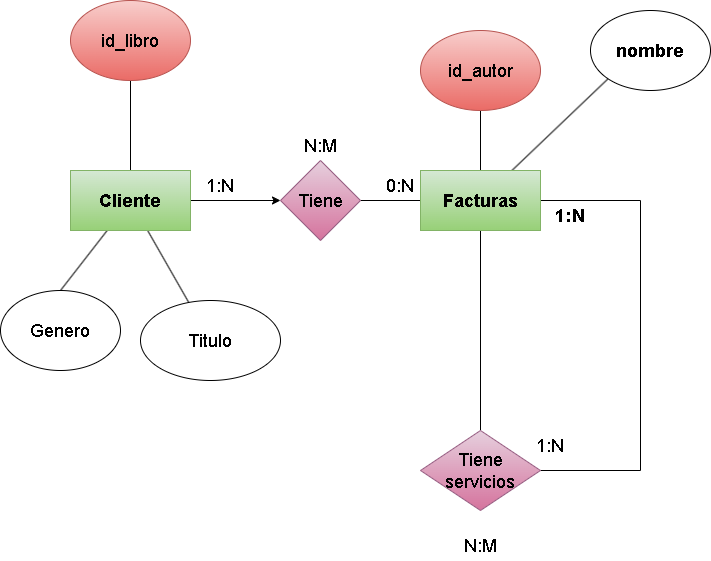
Darkoscurito/Base-de-datos keeps this draw.io diagram as Normalizacion/img/Ejercicio08.drawio.png. Above is the earlier version. Source tidied: cells renumbered, new cells last; positions are measured from the earlier drawing's top-left corner, leaving out a move shared by most shapes. Source of this version:
```xml
<mxGraphModel>
  <root>
    <mxCell id="0" />
    <mxCell id="1" parent="0" />
    <mxCell id="2" style="edgeStyle=none;html=1;entryX=0.5;entryY=0;entryDx=0;entryDy=0;fontSize=18;endArrow=none;endFill=0;" parent="1" edge="1" source="6" target="7">
      <mxGeometry relative="1" as="geometry" />
    </mxCell>
    <mxCell id="3" style="edgeStyle=none;html=1;fontSize=18;endArrow=classic;endFill=1;" parent="1" edge="1" source="6" target="9">
      <mxGeometry relative="1" as="geometry" />
    </mxCell>
    <mxCell id="4" style="edgeStyle=none;html=1;fontSize=18;endArrow=none;endFill=0;" parent="1" edge="1" source="6" target="15">
      <mxGeometry relative="1" as="geometry" />
    </mxCell>
    <mxCell id="5" style="edgeStyle=none;html=1;fontSize=18;endArrow=none;endFill=0;" parent="1" edge="1" source="6" target="16">
      <mxGeometry relative="1" as="geometry" />
    </mxCell>
    <mxCell id="6" value="&lt;b&gt;&lt;font style=&quot;font-size: 18px;&quot;&gt;Cliente&lt;/font&gt;&lt;/b&gt;" style="rounded=0;whiteSpace=wrap;html=1;fillColor=#d5e8d4;gradientColor=#97d077;strokeColor=#82b366;" parent="1" vertex="1">
      <mxGeometry x="70" y="170" width="120" height="60" as="geometry" />
    </mxCell>
    <mxCell id="7" value="Genero" style="ellipse;whiteSpace=wrap;html=1;fontSize=18;" parent="1" vertex="1">
      <mxGeometry y="290" width="120" height="80" as="geometry" />
    </mxCell>
    <mxCell id="8" style="edgeStyle=none;html=1;entryX=0;entryY=0.5;entryDx=0;entryDy=0;fontSize=18;endArrow=none;endFill=0;" parent="1" edge="1" source="9" target="14">
      <mxGeometry relative="1" as="geometry" />
    </mxCell>
    <mxCell id="9" value="Tiene" style="rhombus;whiteSpace=wrap;html=1;fontSize=18;fillColor=#e6d0de;gradientColor=#d5739d;strokeColor=#996185;" parent="1" vertex="1">
      <mxGeometry x="280" y="160" width="80" height="80" as="geometry" />
    </mxCell>
    <mxCell id="10" style="edgeStyle=none;html=1;fontSize=18;endArrow=none;endFill=0;" parent="1" edge="1" source="14" target="17">
      <mxGeometry relative="1" as="geometry" />
    </mxCell>
    <mxCell id="11" style="edgeStyle=none;html=1;entryX=0;entryY=1;entryDx=0;entryDy=0;endArrow=none;endFill=0;" parent="1" edge="1" source="14" target="21">
      <mxGeometry relative="1" as="geometry" />
    </mxCell>
    <mxCell id="12" style="edgeStyle=none;html=1;endArrow=none;endFill=0;" parent="1" edge="1" source="14" target="23">
      <mxGeometry relative="1" as="geometry" />
    </mxCell>
    <mxCell id="13" style="edgeStyle=none;html=1;endArrow=none;endFill=0;" parent="1" edge="1" source="14">
      <mxGeometry relative="1" as="geometry">
        <mxPoint x="640" y="200" as="targetPoint" />
      </mxGeometry>
    </mxCell>
    <mxCell id="14" value="&lt;span style=&quot;font-size: 18px;&quot;&gt;&lt;b&gt;Facturas&lt;/b&gt;&lt;/span&gt;" style="rounded=0;whiteSpace=wrap;html=1;fillColor=#d5e8d4;gradientColor=#97d077;strokeColor=#82b366;" parent="1" vertex="1">
      <mxGeometry x="420" y="170" width="120" height="60" as="geometry" />
    </mxCell>
    <mxCell id="15" value="Titulo" style="ellipse;whiteSpace=wrap;html=1;fontSize=18;" parent="1" vertex="1">
      <mxGeometry x="140" y="300" width="140" height="80" as="geometry" />
    </mxCell>
    <mxCell id="16" value="id_libro" style="ellipse;whiteSpace=wrap;html=1;fontSize=18;fillColor=#f8cecc;gradientColor=#ea6b66;strokeColor=#b85450;" parent="1" vertex="1">
      <mxGeometry x="70" width="120" height="80" as="geometry" />
    </mxCell>
    <mxCell id="17" value="id_autor" style="ellipse;whiteSpace=wrap;html=1;fontSize=18;fillColor=#f8cecc;gradientColor=#ea6b66;strokeColor=#b85450;" parent="1" vertex="1">
      <mxGeometry x="420" y="30" width="120" height="80" as="geometry" />
    </mxCell>
    <mxCell id="18" value="1:N" style="text;html=1;strokeColor=none;fillColor=none;align=center;verticalAlign=middle;whiteSpace=wrap;rounded=0;fontSize=18;" parent="1" vertex="1">
      <mxGeometry x="190" y="170" width="60" height="30" as="geometry" />
    </mxCell>
    <mxCell id="19" value="0:N" style="text;html=1;strokeColor=none;fillColor=none;align=center;verticalAlign=middle;whiteSpace=wrap;rounded=0;fontSize=18;" parent="1" vertex="1">
      <mxGeometry x="370" y="170" width="60" height="30" as="geometry" />
    </mxCell>
    <mxCell id="20" value="N:M" style="text;html=1;strokeColor=none;fillColor=none;align=center;verticalAlign=middle;whiteSpace=wrap;rounded=0;fontSize=18;" parent="1" vertex="1">
      <mxGeometry x="290" y="130" width="60" height="30" as="geometry" />
    </mxCell>
    <mxCell id="21" value="&lt;b&gt;&lt;font style=&quot;font-size: 18px;&quot;&gt;nombre&lt;/font&gt;&lt;/b&gt;" style="ellipse;whiteSpace=wrap;html=1;" parent="1" vertex="1">
      <mxGeometry x="590" y="10" width="120" height="80" as="geometry" />
    </mxCell>
    <mxCell id="22" style="edgeStyle=none;html=1;endArrow=none;endFill=0;" parent="1" edge="1" source="23">
      <mxGeometry relative="1" as="geometry">
        <mxPoint x="640" y="470" as="targetPoint" />
      </mxGeometry>
    </mxCell>
    <mxCell id="23" value="Tiene servicios" style="rhombus;whiteSpace=wrap;html=1;fontSize=18;fillColor=#e6d0de;gradientColor=#d5739d;strokeColor=#996185;" parent="1" vertex="1">
      <mxGeometry x="420" y="430" width="120" height="80" as="geometry" />
    </mxCell>
    <mxCell id="24" style="endArrow=none;html=1;" parent="1" edge="1">
      <mxGeometry relative="1" as="geometry">
        <mxPoint x="640" y="470" as="sourcePoint" />
        <mxPoint x="640" y="200" as="targetPoint" />
      </mxGeometry>
    </mxCell>
    <mxCell id="25" value="&lt;b&gt;&lt;font style=&quot;font-size: 18px;&quot;&gt;1:N&lt;/font&gt;&lt;/b&gt;" style="text;html=1;strokeColor=none;fillColor=none;align=center;verticalAlign=middle;whiteSpace=wrap;rounded=0;" parent="1" vertex="1">
      <mxGeometry x="540" y="200" width="60" height="30" as="geometry" />
    </mxCell>
    <mxCell id="26" value="1:N" style="text;html=1;strokeColor=none;fillColor=none;align=center;verticalAlign=middle;whiteSpace=wrap;rounded=0;fontSize=18;" parent="1" vertex="1">
      <mxGeometry x="520" y="430" width="60" height="30" as="geometry" />
    </mxCell>
    <mxCell id="27" value="N:M" style="text;html=1;strokeColor=none;fillColor=none;align=center;verticalAlign=middle;whiteSpace=wrap;rounded=0;fontSize=18;" parent="1" vertex="1">
      <mxGeometry x="450" y="530" width="60" height="30" as="geometry" />
    </mxCell>
  </root>
</mxGraphModel>
```
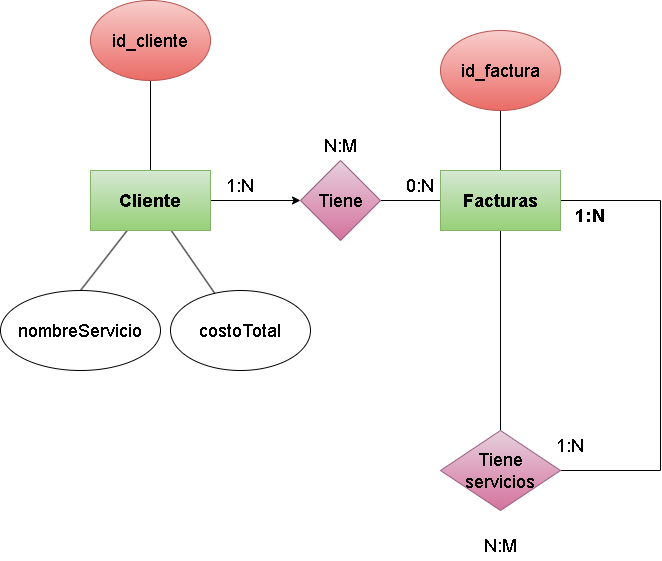
Above is the later version.

What changed in the source:
```diff
@@ -17,8 +17,8 @@
     <mxCell id="6" value="&lt;b&gt;&lt;font style=&quot;font-size: 18px;&quot;&gt;Cliente&lt;/font&gt;&lt;/b&gt;" style="rounded=0;whiteSpace=wrap;html=1;fillColor=#d5e8d4;gradientColor=#97d077;strokeColor=#82b366;" parent="1" vertex="1">
       <mxGeometry x="70" y="170" width="120" height="60" as="geometry" />
     </mxCell>
-    <mxCell id="7" value="Genero" style="ellipse;whiteSpace=wrap;html=1;fontSize=18;" parent="1" vertex="1">
-      <mxGeometry y="290" width="120" height="80" as="geometry" />
+    <mxCell id="7" value="nombreServicio" style="ellipse;whiteSpace=wrap;html=1;fontSize=18;" parent="1" vertex="1">
+      <mxGeometry x="-20" y="290" width="160" height="80" as="geometry" />
     </mxCell>
     <mxCell id="8" style="edgeStyle=none;html=1;entryX=0;entryY=0.5;entryDx=0;entryDy=0;fontSize=18;endArrow=none;endFill=0;" parent="1" edge="1" source="9" target="14">
       <mxGeometry relative="1" as="geometry" />
@@ -29,9 +29,6 @@
     <mxCell id="10" style="edgeStyle=none;html=1;fontSize=18;endArrow=none;endFill=0;" parent="1" edge="1" source="14" target="17">
       <mxGeometry relative="1" as="geometry" />
     </mxCell>
-    <mxCell id="11" style="edgeStyle=none;html=1;entryX=0;entryY=1;entryDx=0;entryDy=0;endArrow=none;endFill=0;" parent="1" edge="1" source="14" target="21">
-      <mxGeometry relative="1" as="geometry" />
-    </mxCell>
     <mxCell id="12" style="edgeStyle=none;html=1;endArrow=none;endFill=0;" parent="1" edge="1" source="14" target="23">
       <mxGeometry relative="1" as="geometry" />
     </mxCell>
@@ -43,13 +40,13 @@
     <mxCell id="14" value="&lt;span style=&quot;font-size: 18px;&quot;&gt;&lt;b&gt;Facturas&lt;/b&gt;&lt;/span&gt;" style="rounded=0;whiteSpace=wrap;html=1;fillColor=#d5e8d4;gradientColor=#97d077;strokeColor=#82b366;" parent="1" vertex="1">
       <mxGeometry x="420" y="170" width="120" height="60" as="geometry" />
     </mxCell>
-    <mxCell id="15" value="Titulo" style="ellipse;whiteSpace=wrap;html=1;fontSize=18;" parent="1" vertex="1">
-      <mxGeometry x="140" y="300" width="140" height="80" as="geometry" />
+    <mxCell id="15" value="costoTotal" style="ellipse;whiteSpace=wrap;html=1;fontSize=18;" parent="1" vertex="1">
+      <mxGeometry x="150" y="290" width="140" height="80" as="geometry" />
     </mxCell>
-    <mxCell id="16" value="id_libro" style="ellipse;whiteSpace=wrap;html=1;fontSize=18;fillColor=#f8cecc;gradientColor=#ea6b66;strokeColor=#b85450;" parent="1" vertex="1">
+    <mxCell id="16" value="id_cliente" style="ellipse;whiteSpace=wrap;html=1;fontSize=18;fillColor=#f8cecc;gradientColor=#ea6b66;strokeColor=#b85450;" parent="1" vertex="1">
       <mxGeometry x="70" width="120" height="80" as="geometry" />
     </mxCell>
-    <mxCell id="17" value="id_autor" style="ellipse;whiteSpace=wrap;html=1;fontSize=18;fillColor=#f8cecc;gradientColor=#ea6b66;strokeColor=#b85450;" parent="1" vertex="1">
+    <mxCell id="17" value="id_factura" style="ellipse;whiteSpace=wrap;html=1;fontSize=18;fillColor=#f8cecc;gradientColor=#ea6b66;strokeColor=#b85450;" parent="1" vertex="1">
       <mxGeometry x="420" y="30" width="120" height="80" as="geometry" />
     </mxCell>
     <mxCell id="18" value="1:N" style="text;html=1;strokeColor=none;fillColor=none;align=center;verticalAlign=middle;whiteSpace=wrap;rounded=0;fontSize=18;" parent="1" vertex="1">
@@ -61,9 +58,6 @@
     <mxCell id="20" value="N:M" style="text;html=1;strokeColor=none;fillColor=none;align=center;verticalAlign=middle;whiteSpace=wrap;rounded=0;fontSize=18;" parent="1" vertex="1">
       <mxGeometry x="290" y="130" width="60" height="30" as="geometry" />
     </mxCell>
-    <mxCell id="21" value="&lt;b&gt;&lt;font style=&quot;font-size: 18px;&quot;&gt;nombre&lt;/font&gt;&lt;/b&gt;" style="ellipse;whiteSpace=wrap;html=1;" parent="1" vertex="1">
-      <mxGeometry x="590" y="10" width="120" height="80" as="geometry" />
-    </mxCell>
     <mxCell id="22" style="edgeStyle=none;html=1;endArrow=none;endFill=0;" parent="1" edge="1" source="23">
       <mxGeometry relative="1" as="geometry">
         <mxPoint x="640" y="470" as="targetPoint" />
```
